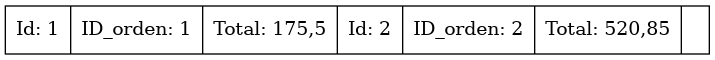
This is Fase#2/Reportes/ListaFacturaB5.png from Farot30/-EDD-1S2025_202307820, a Graphviz export, as it was before one commit. Its source is kept beside it as Fase#2/Reportes/ListaFacturaB5.dot.
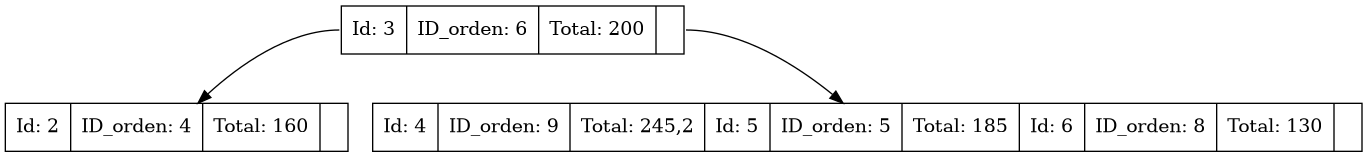
The same file after the commit.

The edit, as a diff of the source:
```diff
@@ -1,4 +1,8 @@
 digraph BTree {
     node [shape=record];
-node0 [label="<f0> Id: 1|ID_orden: 1|Total: 175,5|<f1> Id: 2|ID_orden: 2|Total: 520,85|<f2>"];
+node0 [label="<f0> Id: 3|ID_orden: 6|Total: 200|<f1>"];
+node1 [label="<f0> Id: 2|ID_orden: 4|Total: 160|<f1>"];
+    node0:f0 -> node1;
+node2 [label="<f0> Id: 4|ID_orden: 9|Total: 245,2|<f1> Id: 5|ID_orden: 5|Total: 185|<f2> Id: 6|ID_orden: 8|Total: 130|<f3>"];
+    node0:f1 -> node2;
 }
```
